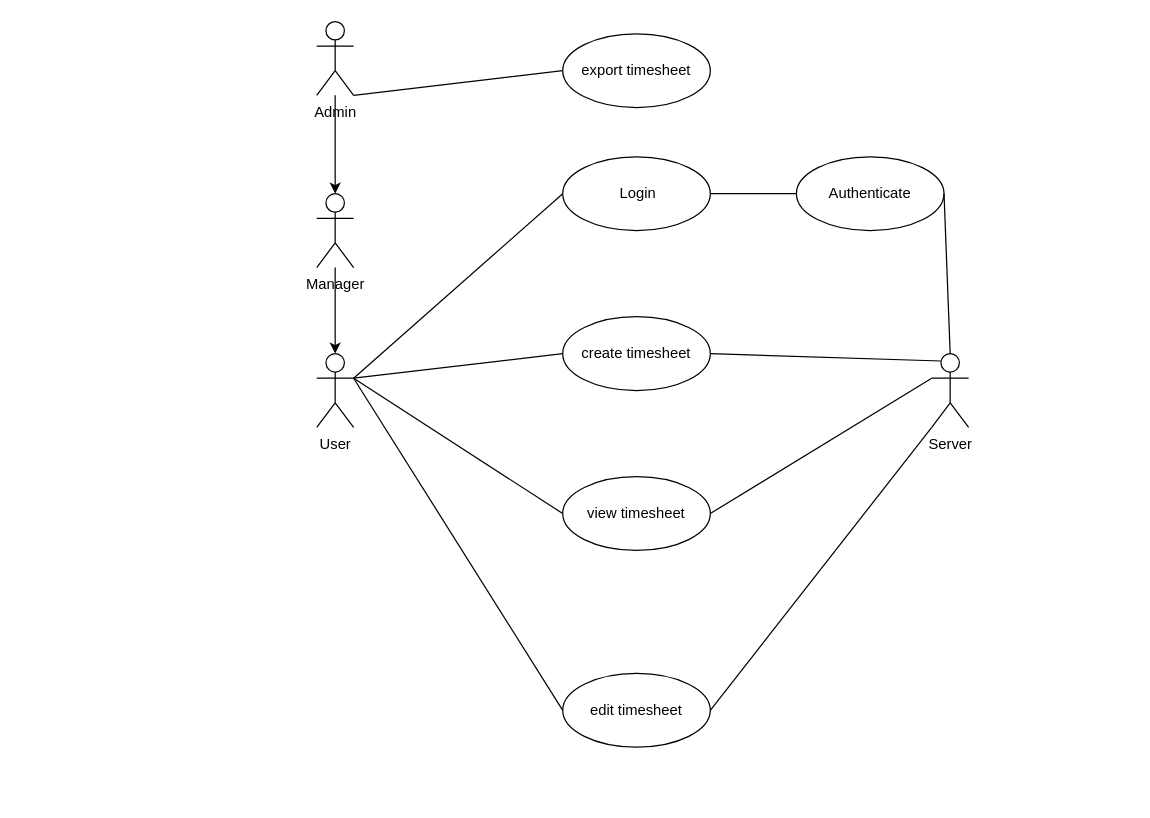
This is public/training.drawio from ds-hoang-nguyen/training, a draw.io file, before an edit. Source tidied: cells renumbered, new cells numbered last; positions are measured from the earlier drawing's top-left corner, leaving out a move shared by most shapes. Both pictures are drawn from the tidied source at 123%, with x=0, y=0 at pixel (316, 21).
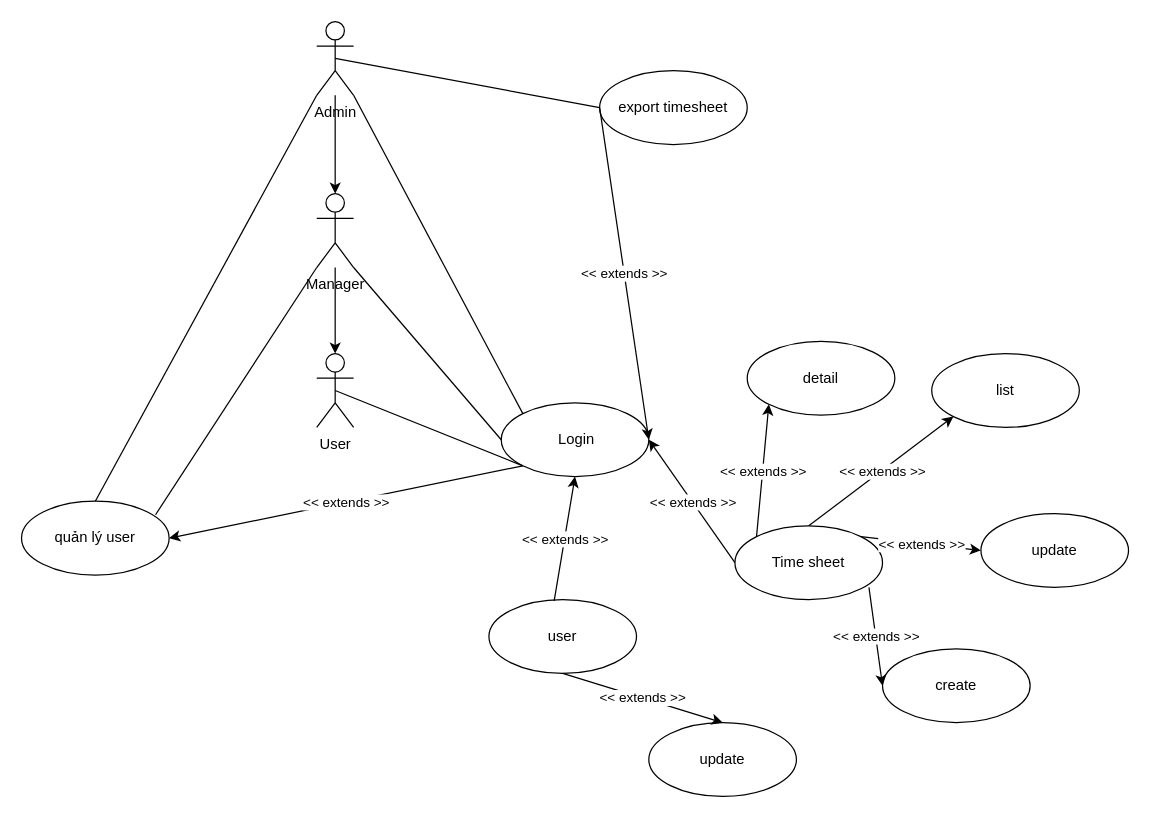
The same diagram, later.

The change refers to these unchanged cells:
```xml
<mxCell id="2" value="User&lt;br&gt;" style="shape=umlActor;verticalLabelPosition=bottom;verticalAlign=top;html=1;outlineConnect=0;" parent="1" vertex="1">
  <mxGeometry y="270" width="30" height="60" as="geometry" />
</mxCell>
<mxCell id="11" value="Admin" style="shape=umlActor;verticalLabelPosition=bottom;verticalAlign=top;html=1;outlineConnect=0;" parent="1" vertex="1">
  <mxGeometry width="30" height="60" as="geometry" />
</mxCell>
<mxCell id="13" value="Manager&lt;br&gt;" style="shape=umlActor;verticalLabelPosition=bottom;verticalAlign=top;html=1;outlineConnect=0;" parent="1" vertex="1">
  <mxGeometry y="140" width="30" height="60" as="geometry" />
</mxCell>
```

Diff of the diagram source:
```diff
@@
     <mxCell id="3" value="&amp;nbsp; &amp;nbsp; Login&lt;span style=&quot;white-space: pre;&quot;&gt;&#9;&lt;/span&gt;" style="ellipse;whiteSpace=wrap;html=1;" parent="1" vertex="1">
-      <mxGeometry x="200" y="110" width="120" height="60" as="geometry" />
+      <mxGeometry x="150" y="310" width="120" height="60" as="geometry" />
     </mxCell>
-    <mxCell id="4" value="view timesheet" style="ellipse;whiteSpace=wrap;html=1;" parent="1" vertex="1">
-      <mxGeometry x="200" y="370" width="120" height="60" as="geometry" />
-    </mxCell>
-    <mxCell id="5" value="edit timesheet" style="ellipse;whiteSpace=wrap;html=1;" parent="1" vertex="1">
-      <mxGeometry x="200" y="530" width="120" height="60" as="geometry" />
-    </mxCell>
-    <mxCell id="6" value="create timesheet" style="ellipse;whiteSpace=wrap;html=1;" parent="1" vertex="1">
-      <mxGeometry x="200" y="240" width="120" height="60" as="geometry" />
+    <mxCell id="6" value="Time sheet" style="ellipse;whiteSpace=wrap;html=1;" parent="1" vertex="1">
+      <mxGeometry x="340" y="410" width="120" height="60" as="geometry" />
     </mxCell>
-    <mxCell id="7" style="endArrow=none;html=1;rounded=0;entryX=0;entryY=0.5;entryDx=0;entryDy=0;exitX=1;exitY=0.3333333333333333;exitDx=0;exitDy=0;exitPerimeter=0;" parent="1" edge="1" source="2" target="6">
-      <mxGeometry relative="1" as="geometry" />
-    </mxCell>
-    <mxCell id="8" style="endArrow=none;html=1;rounded=0;entryX=0;entryY=0.5;entryDx=0;entryDy=0;exitX=1;exitY=0.3333333333333333;exitDx=0;exitDy=0;exitPerimeter=0;" parent="1" edge="1" source="2" target="4">
-      <mxGeometry relative="1" as="geometry" />
-    </mxCell>
-    <mxCell id="9" style="endArrow=none;html=1;rounded=0;entryX=0;entryY=0.5;entryDx=0;entryDy=0;exitX=1;exitY=0.3333333333333333;exitDx=0;exitDy=0;exitPerimeter=0;" parent="1" edge="1" source="2" target="5">
-      <mxGeometry relative="1" as="geometry" />
-    </mxCell>
@@
     <mxCell id="14" value="export timesheet&lt;br&gt;" style="ellipse;whiteSpace=wrap;html=1;" parent="1" vertex="1">
-      <mxGeometry x="200" y="10" width="120" height="60" as="geometry" />
+      <mxGeometry x="230" y="40" width="120" height="60" as="geometry" />
     </mxCell>
-    <mxCell id="15" value="Server" style="shape=umlActor;verticalLabelPosition=bottom;verticalAlign=top;html=1;outlineConnect=0;" parent="1" vertex="1">
-      <mxGeometry x="500" y="270" width="30" height="60" as="geometry" />
-    </mxCell>
-    <mxCell id="16" value="Authenticate" style="ellipse;whiteSpace=wrap;html=1;" parent="1" vertex="1">
-      <mxGeometry x="390" y="110" width="120" height="60" as="geometry" />
-    </mxCell>
-    <mxCell id="17" style="endArrow=none;html=1;rounded=0;exitX=1;exitY=0.3333333333333333;exitDx=0;exitDy=0;exitPerimeter=0;entryX=0;entryY=0.5;entryDx=0;entryDy=0;" parent="1" edge="1" source="2" target="3">
+    <mxCell id="17" style="endArrow=none;html=1;rounded=0;exitX=0.5;exitY=0.5;exitDx=0;exitDy=0;exitPerimeter=0;entryX=0;entryY=1;entryDx=0;entryDy=0;" parent="1" edge="1" source="2" target="3">
       <mxGeometry relative="1" as="geometry" />
     </mxCell>
-    <mxCell id="18" style="endArrow=none;html=1;rounded=0;exitX=1;exitY=0.5;exitDx=0;exitDy=0;entryX=0;entryY=0.3333333333333333;entryDx=0;entryDy=0;entryPerimeter=0;" parent="1" edge="1" source="4" target="15">
-      <mxGeometry relative="1" as="geometry" />
-    </mxCell>
-    <mxCell id="19" style="endArrow=none;html=1;rounded=0;exitX=1;exitY=0.5;exitDx=0;exitDy=0;entryX=0;entryY=1;entryDx=0;entryDy=0;entryPerimeter=0;" parent="1" edge="1" source="5" target="15">
-      <mxGeometry relative="1" as="geometry" />
-    </mxCell>
-    <mxCell id="20" style="endArrow=none;html=1;rounded=0;exitX=1;exitY=1;exitDx=0;exitDy=0;exitPerimeter=0;entryX=0;entryY=0.5;entryDx=0;entryDy=0;" parent="1" edge="1" source="11" target="14">
+    <mxCell id="20" style="endArrow=none;html=1;rounded=0;entryX=0;entryY=0;entryDx=0;entryDy=0;exitX=1;exitY=1;exitDx=0;exitDy=0;exitPerimeter=0;" parent="1" edge="1" source="11" target="3">
       <mxGeometry relative="1" as="geometry" />
     </mxCell>
-    <mxCell id="21" style="endArrow=none;html=1;rounded=0;exitX=1;exitY=0.5;exitDx=0;exitDy=0;entryX=0;entryY=0.5;entryDx=0;entryDy=0;" parent="1" edge="1" source="3" target="16">
-      <mxGeometry relative="1" as="geometry" />
-    </mxCell>
-    <mxCell id="22" style="endArrow=none;html=1;rounded=0;exitX=1;exitY=0.5;exitDx=0;exitDy=0;entryX=0.5;entryY=0;entryDx=0;entryDy=0;entryPerimeter=0;" parent="1" edge="1" source="16" target="15">
-      <mxGeometry relative="1" as="geometry" />
-    </mxCell>
-    <mxCell id="23" style="endArrow=none;html=1;rounded=0;exitX=1;exitY=0.5;exitDx=0;exitDy=0;entryX=0.25;entryY=0.1;entryDx=0;entryDy=0;entryPerimeter=0;" parent="1" edge="1" source="6" target="15">
-      <mxGeometry relative="1" as="geometry" />
-    </mxCell>
+    <mxCell id="24" style="endArrow=none;html=1;rounded=0;exitX=1;exitY=1;exitDx=0;exitDy=0;exitPerimeter=0;entryX=0;entryY=0.5;entryDx=0;entryDy=0;" parent="1" edge="1" source="13" target="3">
+      <mxGeometry relative="1" as="geometry" />
+    </mxCell>
+    <mxCell id="25" style="endArrow=classic;html=1;rounded=0;entryX=1;entryY=0.5;entryDx=0;entryDy=0;exitX=0;exitY=0.5;exitDx=0;exitDy=0;" parent="1" edge="1" source="6" target="3">
+      <mxGeometry relative="1" as="geometry" />
+    </mxCell>
+    <mxCell id="26" value="&amp;lt;&amp;lt; extends &amp;gt;&amp;gt;" style="edgeLabel;html=1;align=center;verticalAlign=middle;" parent="25" vertex="1">
+      <mxGeometry relative="1" as="geometry" />
+    </mxCell>
+    <mxCell id="27" style="endArrow=none;html=1;rounded=0;exitX=0.5;exitY=0.5;exitDx=0;exitDy=0;exitPerimeter=0;entryX=0;entryY=0.5;entryDx=0;entryDy=0;" parent="1" edge="1" source="11" target="14">
+      <mxGeometry relative="1" as="geometry" />
+    </mxCell>
+    <mxCell id="28" style="endArrow=classic;html=1;rounded=0;exitX=0;exitY=0.5;exitDx=0;exitDy=0;entryX=1;entryY=0.5;entryDx=0;entryDy=0;" parent="1" edge="1" source="14" target="3">
+      <mxGeometry relative="1" as="geometry" />
+    </mxCell>
+    <mxCell id="29" value="&amp;lt;&amp;lt; extends &amp;gt;&amp;gt;" style="edgeLabel;html=1;align=center;verticalAlign=middle;" parent="28" vertex="1">
+      <mxGeometry relative="1" as="geometry" />
+    </mxCell>
+    <mxCell id="30" value="create" style="ellipse;whiteSpace=wrap;html=1;" parent="1" vertex="1">
+      <mxGeometry x="460" y="510" width="120" height="60" as="geometry" />
+    </mxCell>
+    <mxCell id="31" value="update" style="ellipse;whiteSpace=wrap;html=1;" parent="1" vertex="1">
+      <mxGeometry x="540" y="400" width="120" height="60" as="geometry" />
+    </mxCell>
+    <mxCell id="32" style="endArrow=classic;html=1;rounded=0;entryX=0;entryY=0.5;entryDx=0;entryDy=0;exitX=1;exitY=0;exitDx=0;exitDy=0;" parent="1" edge="1" source="6" target="31">
+      <mxGeometry relative="1" as="geometry" />
+    </mxCell>
+    <mxCell id="33" value="&amp;lt;&amp;lt; extends &amp;gt;&amp;gt;" style="edgeLabel;html=1;align=center;verticalAlign=middle;" parent="32" vertex="1">
+      <mxGeometry relative="1" as="geometry" />
+    </mxCell>
+    <mxCell id="34" style="endArrow=classic;html=1;rounded=0;entryX=0;entryY=0.5;entryDx=0;entryDy=0;exitX=0.908;exitY=0.833;exitDx=0;exitDy=0;exitPerimeter=0;" parent="1" edge="1" source="6" target="30">
+      <mxGeometry relative="1" as="geometry" />
+    </mxCell>
+    <mxCell id="35" value="&amp;lt;&amp;lt; extends &amp;gt;&amp;gt;" style="edgeLabel;html=1;align=center;verticalAlign=middle;" parent="34" vertex="1">
+      <mxGeometry relative="1" as="geometry" />
+    </mxCell>
+    <mxCell id="36" value="quản lý user" style="ellipse;whiteSpace=wrap;html=1;" parent="1" vertex="1">
+      <mxGeometry x="-240" y="390" width="120" height="60" as="geometry" />
+    </mxCell>
+    <mxCell id="37" value="list" style="ellipse;whiteSpace=wrap;html=1;" parent="1" vertex="1">
+      <mxGeometry x="500" y="270" width="120" height="60" as="geometry" />
+    </mxCell>
+    <mxCell id="38" value="detail" style="ellipse;whiteSpace=wrap;html=1;" parent="1" vertex="1">
+      <mxGeometry x="350" y="260" width="120" height="60" as="geometry" />
+    </mxCell>
+    <mxCell id="39" style="endArrow=classic;html=1;rounded=0;entryX=0;entryY=1;entryDx=0;entryDy=0;exitX=0;exitY=0;exitDx=0;exitDy=0;" parent="1" edge="1" source="6" target="38">
+      <mxGeometry relative="1" as="geometry" />
+    </mxCell>
+    <mxCell id="40" value="&amp;lt;&amp;lt; extends &amp;gt;&amp;gt;" style="edgeLabel;html=1;align=center;verticalAlign=middle;" parent="39" vertex="1">
+      <mxGeometry relative="1" as="geometry" />
+    </mxCell>
+    <mxCell id="41" style="endArrow=classic;html=1;rounded=0;entryX=0;entryY=1;entryDx=0;entryDy=0;exitX=0.5;exitY=0;exitDx=0;exitDy=0;" parent="1" edge="1" source="6" target="37">
+      <mxGeometry relative="1" as="geometry" />
+    </mxCell>
+    <mxCell id="42" value="&amp;lt;&amp;lt; extends &amp;gt;&amp;gt;" style="edgeLabel;html=1;align=center;verticalAlign=middle;" parent="41" vertex="1">
+      <mxGeometry relative="1" as="geometry" />
+    </mxCell>
+    <mxCell id="43" style="endArrow=none;html=1;rounded=0;entryX=0.908;entryY=0.183;entryDx=0;entryDy=0;exitX=0;exitY=1;exitDx=0;exitDy=0;exitPerimeter=0;entryPerimeter=0;" parent="1" edge="1" source="13" target="36">
+      <mxGeometry relative="1" as="geometry" />
+    </mxCell>
+    <mxCell id="44" style="endArrow=none;html=1;rounded=0;entryX=0.5;entryY=0;entryDx=0;entryDy=0;exitX=0;exitY=1;exitDx=0;exitDy=0;exitPerimeter=0;" parent="1" edge="1" source="11" target="36">
+      <mxGeometry relative="1" as="geometry" />
+    </mxCell>
+    <mxCell id="45" style="endArrow=classic;html=1;rounded=0;exitX=0;exitY=1;exitDx=0;exitDy=0;entryX=1;entryY=0.5;entryDx=0;entryDy=0;" parent="1" edge="1" source="3" target="36">
+      <mxGeometry relative="1" as="geometry" />
+    </mxCell>
+    <mxCell id="46" value="&amp;lt;&amp;lt; extends &amp;gt;&amp;gt;" style="edgeLabel;html=1;align=center;verticalAlign=middle;" parent="45" vertex="1">
+      <mxGeometry relative="1" as="geometry" />
+    </mxCell>
+    <mxCell id="47" value="user" style="ellipse;whiteSpace=wrap;html=1;" parent="1" vertex="1">
+      <mxGeometry x="140" y="470" width="120" height="60" as="geometry" />
+    </mxCell>
+    <mxCell id="48" style="endArrow=classic;html=1;rounded=0;entryX=0.5;entryY=1;entryDx=0;entryDy=0;exitX=0.442;exitY=0.017;exitDx=0;exitDy=0;exitPerimeter=0;" parent="1" edge="1" source="47" target="3">
+      <mxGeometry relative="1" as="geometry" />
+    </mxCell>
+    <mxCell id="49" value="&amp;lt;&amp;lt; extends &amp;gt;&amp;gt;" style="edgeLabel;html=1;align=center;verticalAlign=middle;" parent="48" vertex="1">
+      <mxGeometry relative="1" as="geometry" />
+    </mxCell>
+    <mxCell id="50" value="update" style="ellipse;whiteSpace=wrap;html=1;" parent="1" vertex="1">
+      <mxGeometry x="270" y="570" width="120" height="60" as="geometry" />
+    </mxCell>
+    <mxCell id="51" style="endArrow=classic;html=1;rounded=0;entryX=0.5;entryY=0;entryDx=0;entryDy=0;exitX=0.5;exitY=1;exitDx=0;exitDy=0;" parent="1" edge="1" source="47" target="50">
+      <mxGeometry relative="1" as="geometry" />
+    </mxCell>
+    <mxCell id="52" value="&amp;lt;&amp;lt; extends &amp;gt;&amp;gt;" style="edgeLabel;html=1;align=center;verticalAlign=middle;" parent="51" vertex="1">
+      <mxGeometry relative="1" as="geometry" />
+    </mxCell>
```
